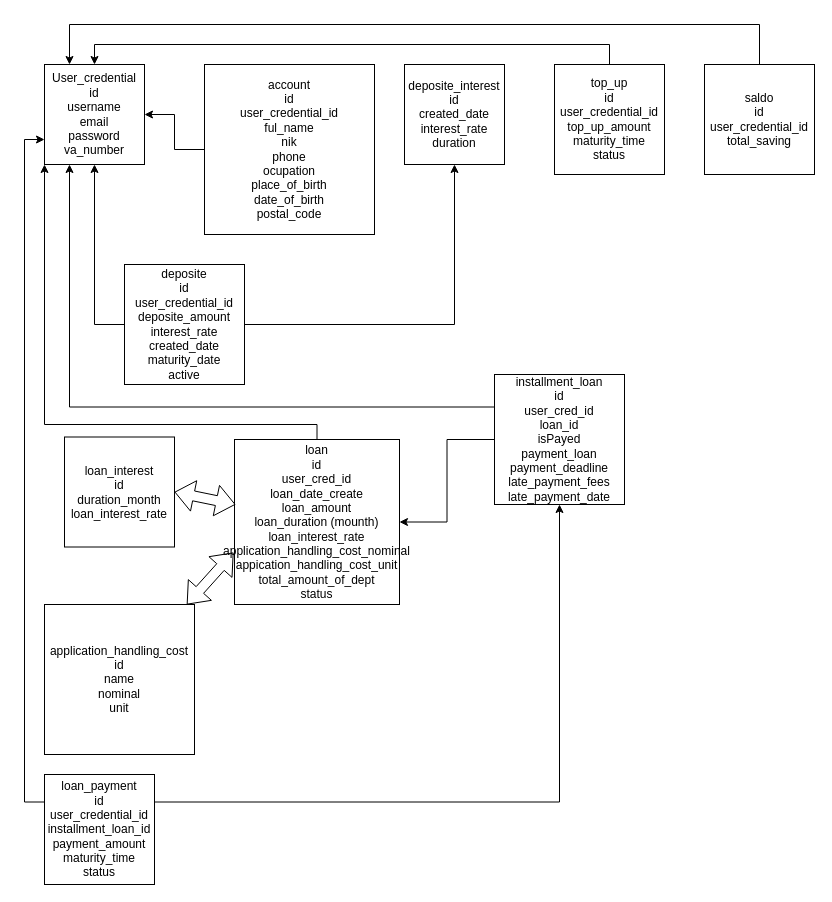
Above: table.drawio in MasEBTa/drawio (draw.io), before the change. Source tidied: cells renumbered, new cells numbered last; positions are measured from the earlier drawing's top-left corner, leaving out a move shared by most shapes. Both pictures are drawn from the tidied source at 100%, with x=0, y=0 at pixel (44, 24).
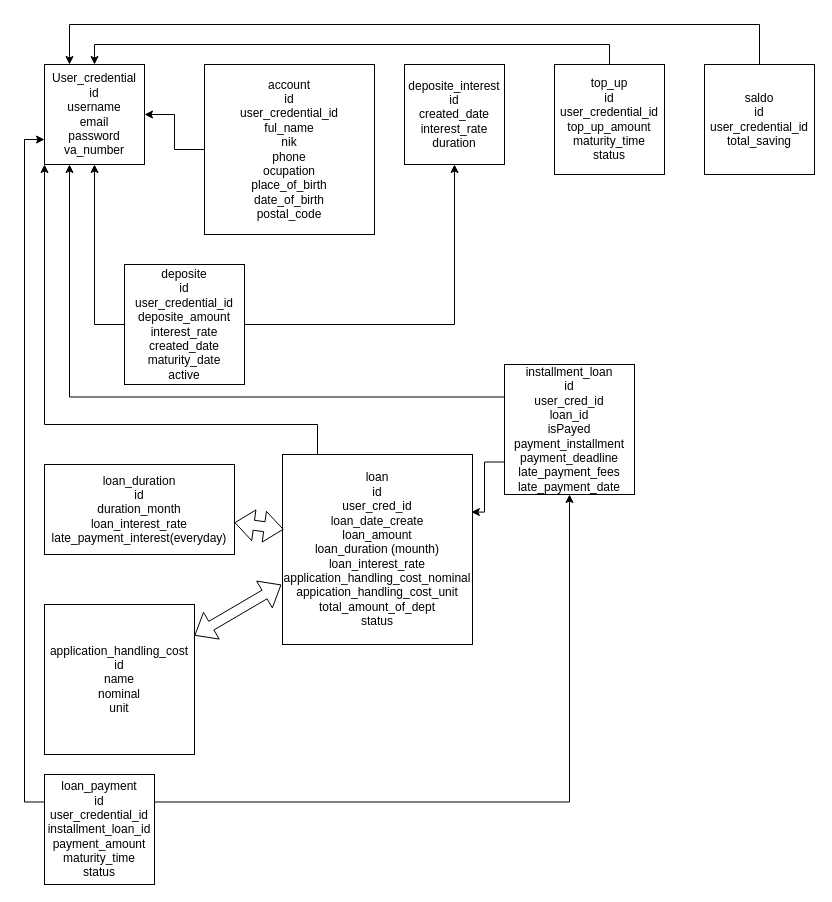
The same diagram, later.

Unchanged cells that the change refers to:
```xml
<mxCell id="2" value="User_credential&lt;br&gt;id&lt;br&gt;username&lt;br&gt;email&lt;br&gt;password&lt;br&gt;va_number" style="whiteSpace=wrap;html=1;" parent="1" vertex="1">
  <mxGeometry y="40" width="100" height="100" as="geometry" />
</mxCell>
```

The edit, as a diff of the source:
```diff
@@
-    <mxCell id="13" value="loan_interest&lt;br&gt;id&lt;br&gt;duration_month&lt;br&gt;loan_interest_rate" style="whiteSpace=wrap;html=1;" parent="1" vertex="1">
-      <mxGeometry x="20" y="412.5" width="110" height="110" as="geometry" />
-    </mxCell>
@@
     <mxCell id="15" value="loan&lt;br&gt;id&lt;br&gt;user_cred_id&lt;br&gt;loan_date_create&lt;br&gt;loan_amount&lt;br&gt;loan_duration (mounth)&lt;br&gt;loan_interest_rate&lt;br&gt;application_handling_cost_nominal&lt;br&gt;appication_handling_cost_unit&lt;br&gt;total_amount_of_dept&lt;br&gt;status" style="whiteSpace=wrap;html=1;" parent="1" vertex="1">
-      <mxGeometry x="190" y="415" width="165" height="165" as="geometry" />
+      <mxGeometry x="238" y="430" width="190" height="190" as="geometry" />
     </mxCell>
+    <mxCell id="17" style="edgeStyle=orthogonalEdgeStyle;rounded=0;jettySize=auto;html=1;exitX=0;exitY=0.25;exitDx=0;exitDy=0;entryX=0.25;entryY=1;entryDx=0;entryDy=0;" parent="1" edge="1" source="18" target="2">
+      <mxGeometry relative="1" as="geometry" />
+    </mxCell>
-    <mxCell id="16" style="edgeStyle=orthogonalEdgeStyle;rounded=0;jettySize=auto;html=1;exitX=0;exitY=0.5;exitDx=0;exitDy=0;entryX=1;entryY=0.5;entryDx=0;entryDy=0;" parent="1" edge="1" source="18" target="15">
+    <mxCell id="16" style="edgeStyle=orthogonalEdgeStyle;rounded=0;jettySize=auto;html=1;exitX=0;exitY=0.75;exitDx=0;exitDy=0;entryX=0.994;entryY=0.303;entryDx=0;entryDy=0;entryPerimeter=0;" parent="1" edge="1" source="18" target="15">
       <mxGeometry relative="1" as="geometry" />
     </mxCell>
-    <mxCell id="17" style="edgeStyle=orthogonalEdgeStyle;rounded=0;jettySize=auto;html=1;exitX=0;exitY=0.25;exitDx=0;exitDy=0;entryX=0.25;entryY=1;entryDx=0;entryDy=0;" parent="1" edge="1" source="18" target="2">
-      <mxGeometry relative="1" as="geometry" />
-    </mxCell>
-    <mxCell id="18" value="installment_loan&lt;br&gt;id&lt;br&gt;user_cred_id&lt;br&gt;loan_id&lt;br&gt;isPayed&lt;br&gt;payment_loan&lt;br&gt;payment_deadline&lt;br&gt;late_payment_fees&lt;br&gt;late_payment_date" style="whiteSpace=wrap;html=1;" parent="1" vertex="1">
-      <mxGeometry x="450" y="350" width="130" height="130" as="geometry" />
+    <mxCell id="18" value="installment_loan&lt;br&gt;id&lt;br&gt;user_cred_id&lt;br&gt;loan_id&lt;br&gt;isPayed&lt;br&gt;payment_installment&lt;br&gt;payment_deadline&lt;br&gt;late_payment_fees&lt;br&gt;late_payment_date" style="whiteSpace=wrap;html=1;" parent="1" vertex="1">
+      <mxGeometry x="460" y="340" width="130" height="130" as="geometry" />
     </mxCell>
@@
-    <mxCell id="20" style="shape=flexArrow;endArrow=classic;startArrow=classic;html=1;rounded=0;exitX=1;exitY=0.5;exitDx=0;exitDy=0;entryX=0.006;entryY=0.394;entryDx=0;entryDy=0;entryPerimeter=0;" parent="1" edge="1" source="13" target="15">
+    <mxCell id="20" style="shape=flexArrow;endArrow=classic;startArrow=classic;html=1;rounded=0;entryX=0.006;entryY=0.394;entryDx=0;entryDy=0;entryPerimeter=0;" parent="1" edge="1" source="25" target="15">
       <mxGeometry relative="1" as="geometry" />
     </mxCell>
@@
+    <mxCell id="25" value="loan_duration&lt;br style=&quot;border-color: var(--border-color);&quot;&gt;id&lt;br style=&quot;border-color: var(--border-color);&quot;&gt;duration_month&lt;br style=&quot;border-color: var(--border-color);&quot;&gt;loan_interest_rate&lt;br style=&quot;border-color: var(--border-color);&quot;&gt;late_payment_interest(everyday)" style="rounded=0;whiteSpace=wrap;html=1;" parent="1" vertex="1">
+      <mxGeometry y="440" width="190" height="90" as="geometry" />
+    </mxCell>
```
